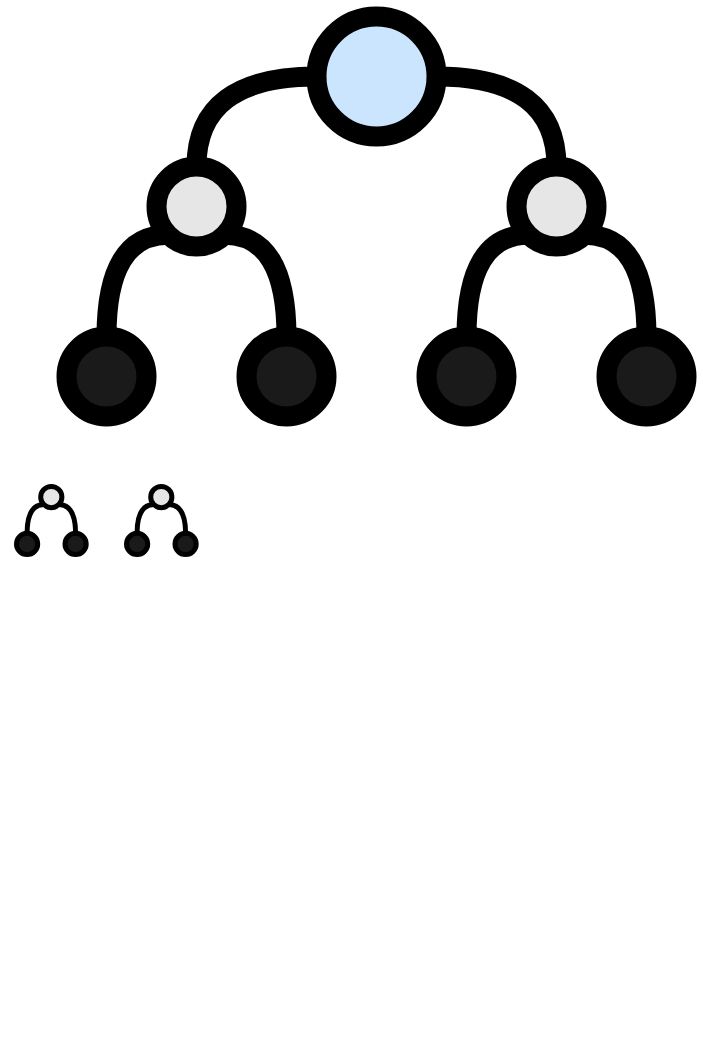
Earlier version of the draw.io diagram page "Icon" (6 of 6) of doc/figures.drawio.xml (dpretet/bster). Source tidied: cells renumbered, new cells numbered last; positions are measured from the earlier drawing's top-left corner, leaving out a move shared by most shapes. Both pictures are drawn from the tidied source at 100%, with x=0, y=0 at pixel (16, 16).
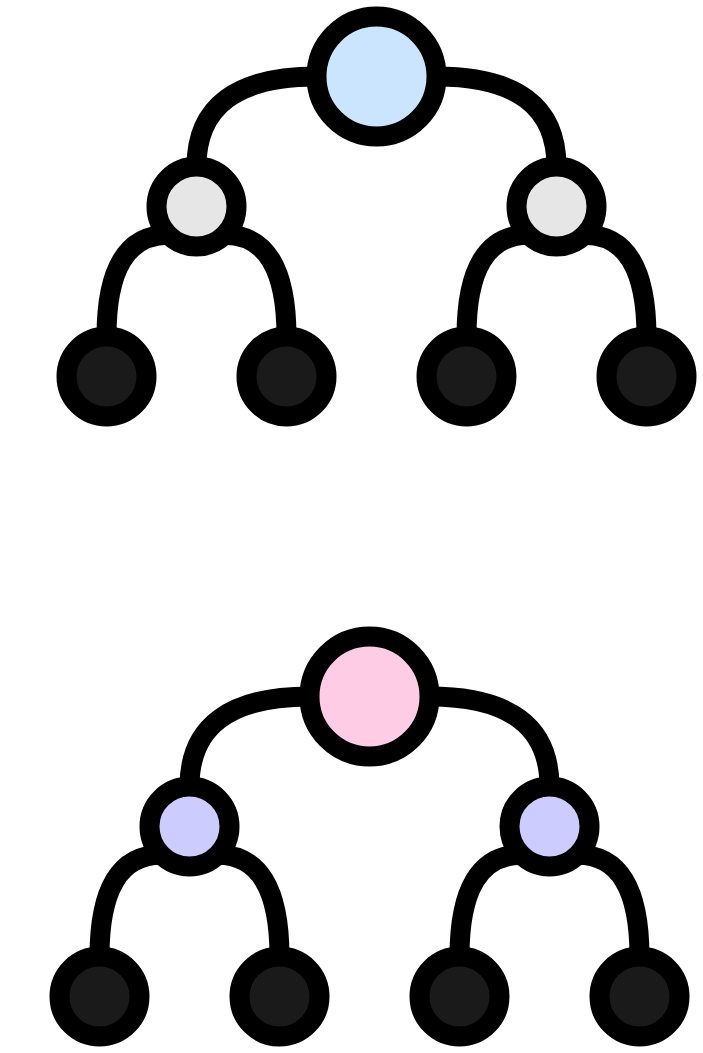
After the change.

Diff of the diagram source:
```diff
@@
-    <mxCell id="15" style="group;" parent="1" vertex="1">
-      <mxGeometry y="470" width="69.6" height="68" as="geometry" />
-    </mxCell>
-    <mxCell id="16" style="ellipse;whiteSpace=wrap;html=1;strokeWidth=5;fillColor=#E6E6E6;" parent="15" vertex="1">
-      <mxGeometry x="24.2" width="21.2" height="21.2" as="geometry" />
-    </mxCell>
-    <mxCell id="17" style="ellipse;whiteSpace=wrap;html=1;strokeWidth=5;fillColor=#1A1A1A;" parent="15" vertex="1">
-      <mxGeometry y="46.8" width="21.2" height="21.2" as="geometry" />
-    </mxCell>
-    <mxCell id="18" style="edgeStyle=orthogonalEdgeStyle;curved=1;jettySize=auto;html=1;exitX=0;exitY=1;exitDx=0;exitDy=0;entryX=0.5;entryY=0;entryDx=0;entryDy=0;strokeWidth=5;endArrow=none;endFill=0;" parent="15" edge="1" source="16" target="17">
-      <mxGeometry relative="1" as="geometry" />
-    </mxCell>
-    <mxCell id="19" style="ellipse;whiteSpace=wrap;html=1;strokeWidth=5;fillColor=#1A1A1A;" parent="15" vertex="1">
-      <mxGeometry x="48.5" y="46.8" width="21.2" height="21.2" as="geometry" />
-    </mxCell>
-    <mxCell id="20" style="edgeStyle=orthogonalEdgeStyle;curved=1;jettySize=auto;html=1;exitX=1;exitY=1;exitDx=0;exitDy=0;strokeWidth=5;endArrow=none;endFill=0;" parent="15" edge="1" source="16" target="19">
-      <mxGeometry relative="1" as="geometry">
-        <Array as="points">
-          <mxPoint x="59" y="18" />
-        </Array>
-      </mxGeometry>
-    </mxCell>
-    <mxCell id="21" style="group;" parent="1" vertex="1">
-      <mxGeometry x="110" y="470" width="69.6" height="68" as="geometry" />
-    </mxCell>
-    <mxCell id="22" style="ellipse;whiteSpace=wrap;html=1;strokeWidth=5;fillColor=#E6E6E6;" parent="21" vertex="1">
-      <mxGeometry x="24.2" width="21.2" height="21.2" as="geometry" />
-    </mxCell>
-    <mxCell id="23" style="ellipse;whiteSpace=wrap;html=1;strokeWidth=5;fillColor=#1A1A1A;" parent="21" vertex="1">
-      <mxGeometry y="46.8" width="21.2" height="21.2" as="geometry" />
-    </mxCell>
-    <mxCell id="24" style="edgeStyle=orthogonalEdgeStyle;curved=1;jettySize=auto;html=1;exitX=0;exitY=1;exitDx=0;exitDy=0;entryX=0.5;entryY=0;entryDx=0;entryDy=0;strokeWidth=5;endArrow=none;endFill=0;" parent="21" edge="1" source="22" target="23">
-      <mxGeometry relative="1" as="geometry" />
-    </mxCell>
-    <mxCell id="25" style="ellipse;whiteSpace=wrap;html=1;strokeWidth=5;fillColor=#1A1A1A;" parent="21" vertex="1">
-      <mxGeometry x="48.5" y="46.8" width="21.2" height="21.2" as="geometry" />
-    </mxCell>
-    <mxCell id="26" style="edgeStyle=orthogonalEdgeStyle;curved=1;jettySize=auto;html=1;exitX=1;exitY=1;exitDx=0;exitDy=0;strokeWidth=5;endArrow=none;endFill=0;" parent="21" edge="1" source="22" target="25">
-      <mxGeometry relative="1" as="geometry">
-        <Array as="points">
-          <mxPoint x="59" y="18" />
-        </Array>
-      </mxGeometry>
-    </mxCell>
+    <mxCell id="27" style="edgeStyle=orthogonalEdgeStyle;curved=1;jettySize=auto;html=1;exitX=0;exitY=1;exitDx=0;exitDy=0;entryX=0.5;entryY=0;entryDx=0;entryDy=0;strokeWidth=20;endArrow=none;endFill=0;" parent="1" edge="1" source="29" target="36">
+      <mxGeometry relative="1" as="geometry" />
+    </mxCell>
+    <mxCell id="28" style="edgeStyle=orthogonalEdgeStyle;curved=1;jettySize=auto;html=1;exitX=1;exitY=1;exitDx=0;exitDy=0;strokeWidth=20;endArrow=none;endFill=0;" parent="1" edge="1" source="29" target="37">
+      <mxGeometry relative="1" as="geometry" />
+    </mxCell>
+    <mxCell id="29" style="ellipse;whiteSpace=wrap;html=1;strokeWidth=20;fillColor=#CCCCFF;" parent="1" vertex="1">
+      <mxGeometry x="133" y="770" width="80" height="80" as="geometry" />
+    </mxCell>
+    <mxCell id="30" style="edgeStyle=orthogonalEdgeStyle;jettySize=auto;html=1;exitX=0;exitY=1;exitDx=0;exitDy=0;entryX=0.5;entryY=0;entryDx=0;entryDy=0;rounded=0;curved=1;strokeWidth=20;endArrow=none;endFill=0;" parent="1" edge="1" source="32" target="38">
+      <mxGeometry relative="1" as="geometry" />
+    </mxCell>
+    <mxCell id="31" style="edgeStyle=orthogonalEdgeStyle;jettySize=auto;html=1;exitX=1;exitY=1;exitDx=0;exitDy=0;entryX=0.5;entryY=0;entryDx=0;entryDy=0;rounded=0;curved=1;strokeWidth=20;endArrow=none;endFill=0;" parent="1" edge="1" source="32" target="39">
+      <mxGeometry relative="1" as="geometry" />
+    </mxCell>
+    <mxCell id="32" style="ellipse;whiteSpace=wrap;html=1;strokeWidth=20;fillColor=#CCCCFF;" parent="1" vertex="1">
+      <mxGeometry x="493" y="770" width="80" height="80" as="geometry" />
+    </mxCell>
+    <mxCell id="33" style="edgeStyle=orthogonalEdgeStyle;jettySize=auto;html=1;exitX=0;exitY=0.5;exitDx=0;exitDy=0;entryX=0.5;entryY=0;entryDx=0;entryDy=0;curved=1;strokeWidth=20;endArrow=none;endFill=0;" parent="1" edge="1" source="35" target="29">
+      <mxGeometry relative="1" as="geometry" />
+    </mxCell>
+    <mxCell id="34" style="edgeStyle=orthogonalEdgeStyle;curved=1;jettySize=auto;html=1;exitX=1;exitY=0.5;exitDx=0;exitDy=0;entryX=0.5;entryY=0;entryDx=0;entryDy=0;strokeWidth=20;endArrow=none;endFill=0;" parent="1" edge="1" source="35" target="32">
+      <mxGeometry relative="1" as="geometry" />
+    </mxCell>
+    <mxCell id="35" style="ellipse;whiteSpace=wrap;html=1;strokeWidth=20;fillColor=#FFCCE6;" parent="1" vertex="1">
+      <mxGeometry x="293" y="620" width="120" height="120" as="geometry" />
+    </mxCell>
+    <mxCell id="36" style="ellipse;whiteSpace=wrap;html=1;strokeWidth=20;fillColor=#1A1A1A;" parent="1" vertex="1">
+      <mxGeometry x="43" y="940" width="80" height="80" as="geometry" />
+    </mxCell>
+    <mxCell id="37" style="ellipse;whiteSpace=wrap;html=1;strokeWidth=20;fillColor=#1A1A1A;" parent="1" vertex="1">
+      <mxGeometry x="223" y="940" width="80" height="80" as="geometry" />
+    </mxCell>
+    <mxCell id="38" style="ellipse;whiteSpace=wrap;html=1;strokeWidth=20;fillColor=#1A1A1A;" parent="1" vertex="1">
+      <mxGeometry x="403" y="940" width="80" height="80" as="geometry" />
+    </mxCell>
+    <mxCell id="39" style="ellipse;whiteSpace=wrap;html=1;strokeWidth=20;fillColor=#1A1A1A;" parent="1" vertex="1">
+      <mxGeometry x="583" y="940" width="80" height="80" as="geometry" />
+    </mxCell>
```
